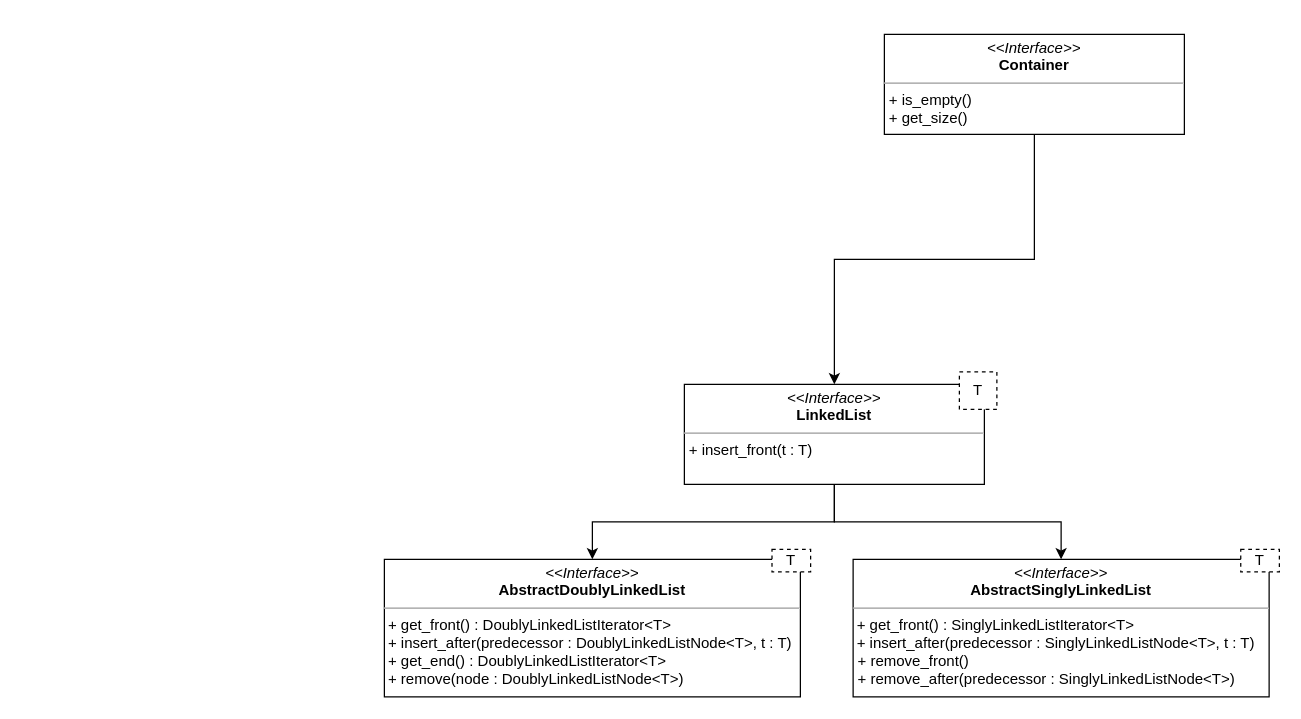
Before: docs/Implementation Details/implementatio_details.drawio in christiangoerdes/Data-Structures, a draw.io diagram. Source tidied: cells renumbered, new cells numbered last; positions are measured from the earlier drawing's top-left corner, leaving out a move shared by most shapes. Both pictures are drawn from the tidied source at 125%, with x=0, y=0 at pixel (384, 21).
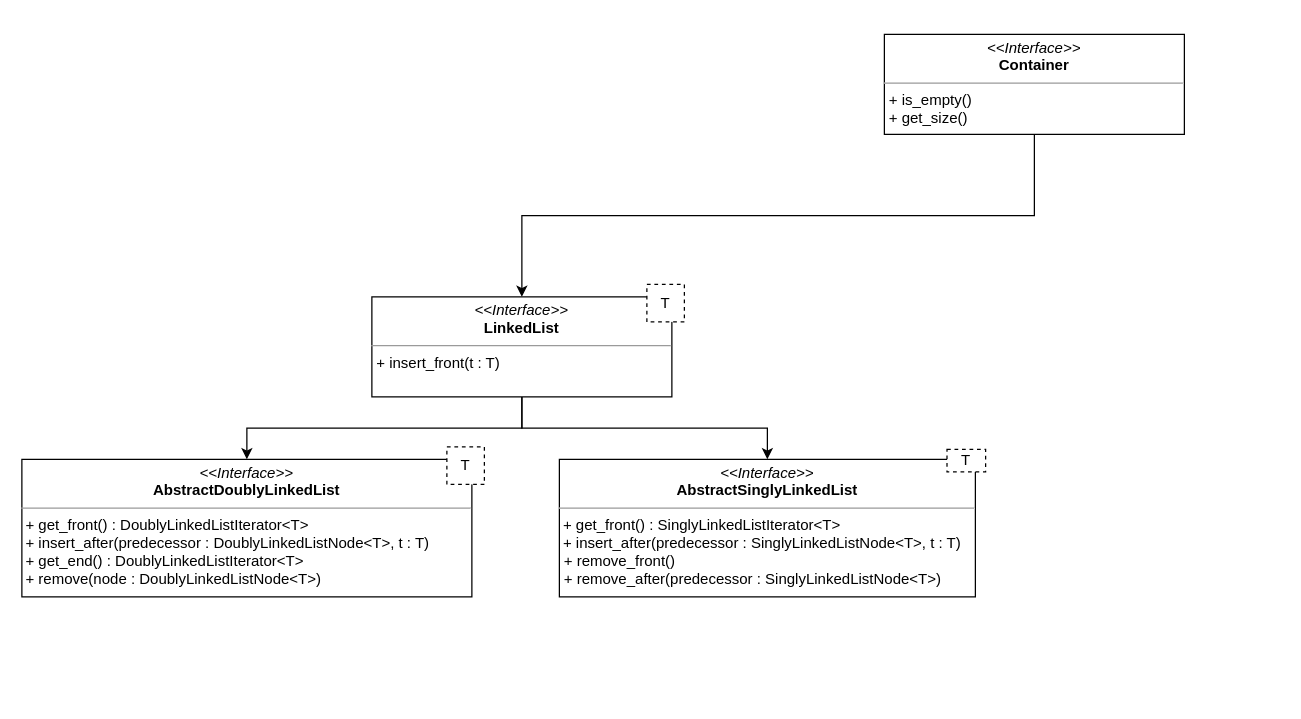
After the change.

What changed in the source:
```diff
@@
 <mxGraphModel>
   <root>
     <mxCell id="0" />
     <mxCell id="1" parent="0" />
     <mxCell id="2" style="group;" parent="1" vertex="1">
-      <mxGeometry x="240" y="280" width="250" height="150" as="geometry" />
+      <mxGeometry x="-10" y="210" width="250" height="150" as="geometry" />
     </mxCell>
     <mxCell id="3" value="&lt;p style=&quot;margin:0px;margin-top:4px;text-align:center;&quot;&gt;&lt;i&gt;&amp;lt;&amp;lt;Interface&amp;gt;&amp;gt;&lt;/i&gt;&lt;br&gt;&lt;b&gt;LinkedList&lt;/b&gt;&lt;/p&gt;&lt;hr size=&quot;1&quot;&gt;&lt;p style=&quot;margin:0px;margin-left:4px;&quot;&gt;&lt;span style=&quot;background-color: initial;&quot;&gt;+ insert_front(t : T)&lt;/span&gt;&lt;br&gt;&lt;/p&gt;" style="verticalAlign=top;align=left;overflow=fill;fontSize=12;fontFamily=Helvetica;html=1;whiteSpace=wrap;" parent="2" vertex="1">
       <mxGeometry y="10" width="240" height="80" as="geometry" />
     </mxCell>
     <mxCell id="4" value="T" style="fontStyle=0;dashed=1;html=1;whiteSpace=wrap;" parent="2" vertex="1">
       <mxGeometry x="220" width="30" height="30" as="geometry" />
     </mxCell>
     <mxCell id="5" style="group;" parent="1" vertex="1">
-      <mxGeometry x="375" y="422" width="341" height="118" as="geometry" />
+      <mxGeometry x="140" y="342" width="341" height="118" as="geometry" />
     </mxCell>
     <mxCell id="6" value="&lt;p style=&quot;margin:0px;margin-top:4px;text-align:center;&quot;&gt;&lt;i&gt;&amp;lt;&amp;lt;Interface&amp;gt;&amp;gt;&lt;/i&gt;&lt;br&gt;&lt;b style=&quot;border-color: var(--border-color);&quot;&gt;Abstract&lt;/b&gt;&lt;b&gt;SinglyLinkedList&lt;/b&gt;&lt;/p&gt;&lt;hr size=&quot;1&quot;&gt;&amp;nbsp;+ get_front() : SinglyLinkedListIterator&amp;lt;T&amp;gt;&lt;br&gt;&amp;nbsp;+ insert_after(predecessor : SinglyLinkedListNode&amp;lt;T&amp;gt;, t : T)&lt;b&gt;&lt;br&gt;&lt;/b&gt;&lt;p style=&quot;margin:0px;margin-left:4px;&quot;&gt;+ remove_front()&lt;/p&gt;&lt;p style=&quot;margin:0px;margin-left:4px;&quot;&gt;+ remove_after(predecessor : SinglyLinkedListNode&amp;lt;T&amp;gt;)&lt;/p&gt;" style="verticalAlign=top;align=left;overflow=fill;fontSize=12;fontFamily=Helvetica;html=1;whiteSpace=wrap;" parent="5" vertex="1">
       <mxGeometry y="8" width="332.8" height="110" as="geometry" />
     </mxCell>
     <mxCell id="7" value="T" style="fontStyle=0;dashed=1;html=1;whiteSpace=wrap;" parent="5" vertex="1">
       <mxGeometry x="310.1" width="30.9" height="18" as="geometry" />
     </mxCell>
     <mxCell id="8" style="edgeStyle=orthogonalEdgeStyle;rounded=0;jettySize=auto;html=1;exitX=0.5;exitY=1;exitDx=0;exitDy=0;entryX=0.5;entryY=0;entryDx=0;entryDy=0;" parent="1" edge="1" source="3" target="6">
       <mxGeometry relative="1" as="geometry" />
     </mxCell>
-    <mxCell id="9" style="group;" parent="1" vertex="1">
-      <mxGeometry y="422" width="341" height="118" as="geometry" />
-    </mxCell>
-    <mxCell id="10" value="&lt;p style=&quot;margin:0px;margin-top:4px;text-align:center;&quot;&gt;&lt;i&gt;&amp;lt;&amp;lt;Interface&amp;gt;&amp;gt;&lt;/i&gt;&lt;br&gt;&lt;b&gt;AbstractDoublyLinkedList&lt;/b&gt;&lt;/p&gt;&lt;hr size=&quot;1&quot;&gt;&amp;nbsp;+ get_front() : DoublyLinkedListIterator&amp;lt;T&amp;gt;&lt;br&gt;&lt;div&gt;&amp;nbsp;+ insert_after(predecessor : DoublyLinkedListNode&amp;lt;T&amp;gt;, t : T)&lt;/div&gt;&lt;div&gt;&amp;nbsp;+ get_end() : DoublyLinkedListIterator&amp;lt;T&amp;gt;&lt;/div&gt;&lt;div&gt;&amp;nbsp;+ remove(node : DoublyLinkedListNode&amp;lt;T&amp;gt;)&lt;/div&gt;" style="verticalAlign=top;align=left;overflow=fill;fontSize=12;fontFamily=Helvetica;html=1;whiteSpace=wrap;" parent="9" vertex="1">
-      <mxGeometry y="8" width="332.8" height="110" as="geometry" />
-    </mxCell>
-    <mxCell id="11" value="T" style="fontStyle=0;dashed=1;html=1;whiteSpace=wrap;" parent="9" vertex="1">
-      <mxGeometry x="310.1" width="30.9" height="18" as="geometry" />
-    </mxCell>
     <mxCell id="12" style="edgeStyle=orthogonalEdgeStyle;rounded=0;jettySize=auto;html=1;exitX=0.5;exitY=1;exitDx=0;exitDy=0;entryX=0.5;entryY=0;entryDx=0;entryDy=0;" parent="1" edge="1" source="3" target="10">
       <mxGeometry relative="1" as="geometry" />
     </mxCell>
     <mxCell id="13" style="group;" parent="1" vertex="1">
       <mxGeometry x="400" width="250" height="150" as="geometry" />
     </mxCell>
     <mxCell id="14" value="&lt;p style=&quot;margin:0px;margin-top:4px;text-align:center;&quot;&gt;&lt;i&gt;&amp;lt;&amp;lt;Interface&amp;gt;&amp;gt;&lt;/i&gt;&lt;br&gt;&lt;b&gt;Container&lt;/b&gt;&lt;/p&gt;&lt;hr size=&quot;1&quot;&gt;&lt;p style=&quot;margin:0px;margin-left:4px;&quot;&gt;&lt;span style=&quot;background-color: initial;&quot;&gt;+ is_empty()&lt;/span&gt;&lt;br&gt;&lt;/p&gt;&lt;p style=&quot;margin:0px;margin-left:4px;&quot;&gt;+ get_size()&amp;nbsp;&lt;span style=&quot;background-color: initial;&quot;&gt;&lt;br&gt;&lt;/span&gt;&lt;/p&gt;" style="verticalAlign=top;align=left;overflow=fill;fontSize=12;fontFamily=Helvetica;html=1;whiteSpace=wrap;" parent="13" vertex="1">
       <mxGeometry y="10" width="240" height="80" as="geometry" />
     </mxCell>
     <mxCell id="15" style="edgeStyle=orthogonalEdgeStyle;rounded=0;jettySize=auto;html=1;exitX=0.5;exitY=1;exitDx=0;exitDy=0;entryX=0.5;entryY=0;entryDx=0;entryDy=0;" parent="1" edge="1" source="14" target="3">
       <mxGeometry relative="1" as="geometry" />
     </mxCell>
+    <mxCell id="16" style="group;" parent="1" vertex="1">
+      <mxGeometry x="-290" y="340" width="370" height="120" as="geometry" />
+    </mxCell>
+    <mxCell id="10" value="&lt;p style=&quot;margin:0px;margin-top:4px;text-align:center;&quot;&gt;&lt;i&gt;&amp;lt;&amp;lt;Interface&amp;gt;&amp;gt;&lt;/i&gt;&lt;br&gt;&lt;b&gt;AbstractDoublyLinkedList&lt;/b&gt;&lt;/p&gt;&lt;hr size=&quot;1&quot;&gt;&amp;nbsp;+ get_front() : DoublyLinkedListIterator&amp;lt;T&amp;gt;&lt;br&gt;&lt;div&gt;&amp;nbsp;+ insert_after(predecessor : DoublyLinkedListNode&amp;lt;T&amp;gt;, t : T)&lt;/div&gt;&lt;div&gt;&amp;nbsp;+ get_end() : DoublyLinkedListIterator&amp;lt;T&amp;gt;&lt;/div&gt;&lt;div&gt;&amp;nbsp;+ remove(node : DoublyLinkedListNode&amp;lt;T&amp;gt;)&lt;/div&gt;" style="verticalAlign=top;align=left;overflow=fill;fontSize=12;fontFamily=Helvetica;html=1;whiteSpace=wrap;" parent="16" vertex="1">
+      <mxGeometry y="10" width="360" height="110" as="geometry" />
+    </mxCell>
+    <mxCell id="11" value="T" style="fontStyle=0;dashed=1;html=1;whiteSpace=wrap;" parent="16" vertex="1">
+      <mxGeometry x="340" width="30" height="30" as="geometry" />
+    </mxCell>
   </root>
 </mxGraphModel>
```
